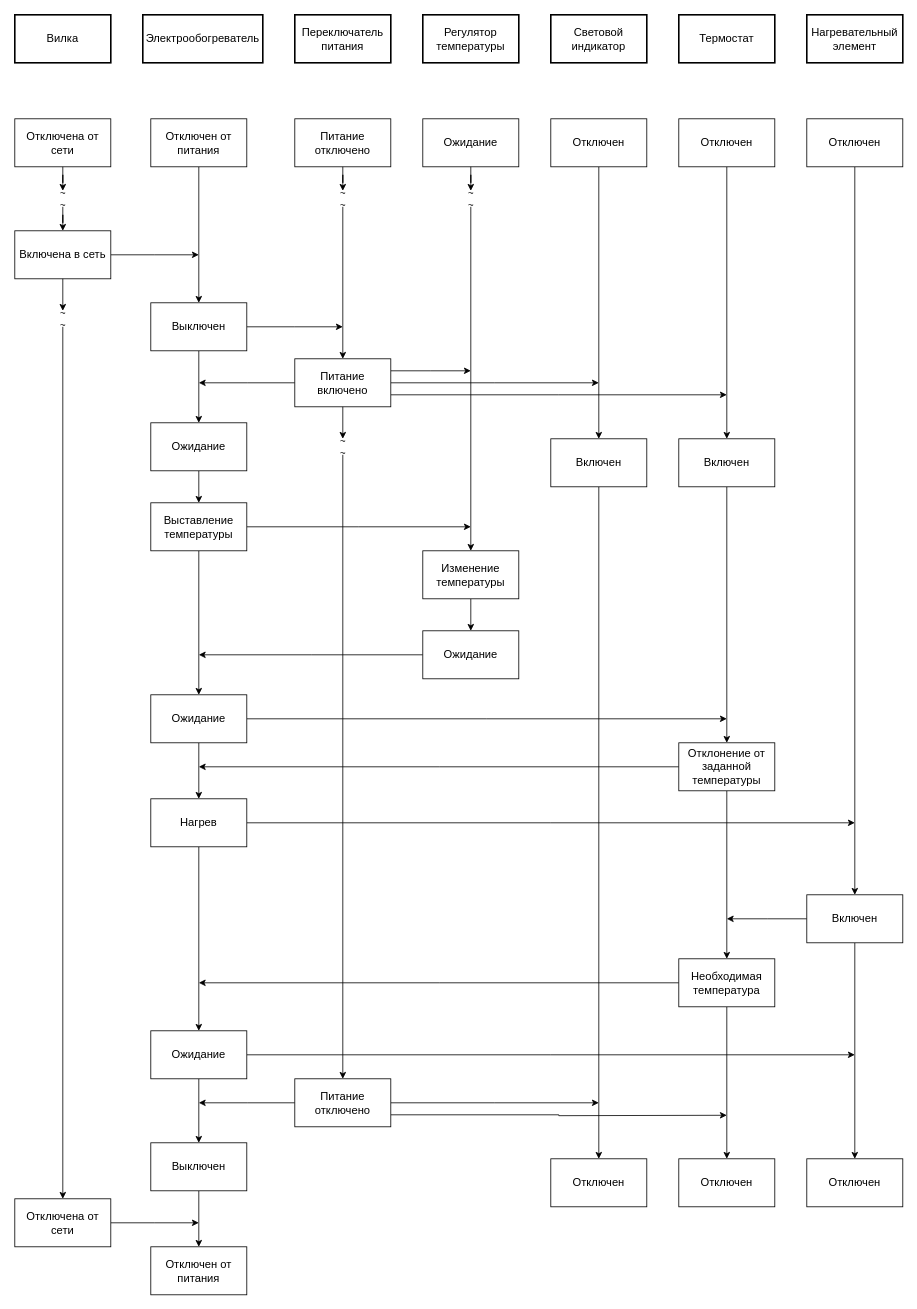
Before: page "КУ" (4 of 4) of lab_05/heater.drawio in n0kkster/iu7-oop-4sem-labs, a draw.io diagram. Source tidied: cells renumbered, new cells numbered last; positions are measured from the earlier drawing's top-left corner, leaving out a move shared by most shapes. Both pictures are drawn from the tidied source at 80%, with x=0, y=0 at pixel (14, 14).
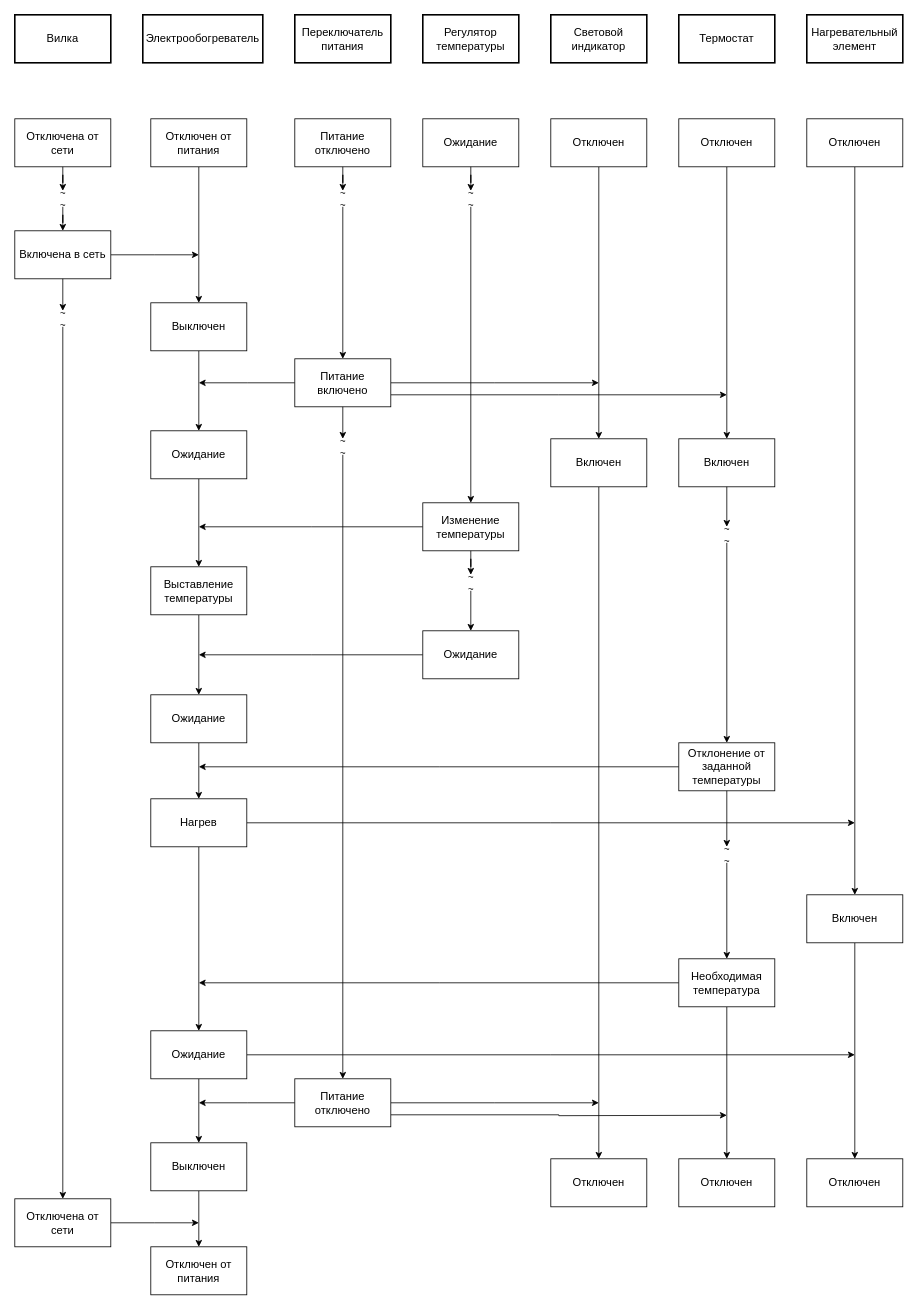
The same page after the edit.

Commit message:
upd: небольшие изменения в КУ

Unchanged cells that the change refers to:
```xml
<mxCell id="20" value="Выключен" style="rounded=0;whiteSpace=wrap;html=1;fontSize=14;" parent="1" vertex="1">
  <mxGeometry x="170" y="360" width="120" height="60" as="geometry" />
</mxCell>
<mxCell id="28" value="Питание включено" style="rounded=0;whiteSpace=wrap;html=1;fontSize=14;strokeWidth=1;" parent="1" vertex="1">
  <mxGeometry x="350" y="430" width="120" height="60" as="geometry" />
</mxCell>
<mxCell id="41" value="Включен" style="rounded=0;whiteSpace=wrap;html=1;fontSize=14;strokeWidth=1;" parent="1" vertex="1">
  <mxGeometry x="990" y="1100" width="120" height="60" as="geometry" />
</mxCell>
<mxCell id="51" value="Включен" style="rounded=0;whiteSpace=wrap;html=1;fontSize=14;strokeWidth=1;" parent="1" vertex="1">
  <mxGeometry x="830" y="530" width="120" height="60" as="geometry" />
</mxCell>
<mxCell id="60" value="Ожидание" style="rounded=0;whiteSpace=wrap;html=1;fontSize=14;" parent="1" vertex="1">
  <mxGeometry x="170" y="850" width="120" height="60" as="geometry" />
</mxCell>
<mxCell id="62" value="Ожидание" style="rounded=0;whiteSpace=wrap;html=1;fontSize=14;strokeWidth=1;" parent="1" vertex="1">
  <mxGeometry x="510" y="770" width="120" height="60" as="geometry" />
</mxCell>
<mxCell id="65" value="Отклонение от заданной температуры" style="rounded=0;whiteSpace=wrap;html=1;fontSize=14;strokeWidth=1;" parent="1" vertex="1">
  <mxGeometry x="830" y="910" width="120" height="60" as="geometry" />
</mxCell>
<mxCell id="68" value="Необходимая температура" style="rounded=0;whiteSpace=wrap;html=1;fontSize=14;strokeWidth=1;" parent="1" vertex="1">
  <mxGeometry x="830" y="1180" width="120" height="60" as="geometry" />
</mxCell>
```

What changed in the source:
```diff
@@
-    <mxCell id="18" style="edgeStyle=orthogonalEdgeStyle;rounded=0;jettySize=auto;html=1;" parent="1" edge="1" source="20">
-      <mxGeometry relative="1" as="geometry">
-        <mxPoint x="410" y="390" as="targetPoint" />
-      </mxGeometry>
-    </mxCell>
@@
-    <mxCell id="25" style="edgeStyle=orthogonalEdgeStyle;rounded=0;jettySize=auto;html=1;exitX=1;exitY=0.25;exitDx=0;exitDy=0;" parent="1" edge="1" source="28">
-      <mxGeometry relative="1" as="geometry">
-        <mxPoint x="570" y="445" as="targetPoint" />
-      </mxGeometry>
-    </mxCell>
@@
     <mxCell id="30" value="Ожидание" style="rounded=0;whiteSpace=wrap;html=1;fontSize=14;" parent="1" vertex="1">
-      <mxGeometry x="170" y="510" width="120" height="60" as="geometry" />
+      <mxGeometry x="170" y="520" width="120" height="60" as="geometry" />
     </mxCell>
@@
-    <mxCell id="39" style="edgeStyle=orthogonalEdgeStyle;rounded=0;jettySize=auto;html=1;" parent="1" edge="1" source="41">
-      <mxGeometry relative="1" as="geometry">
-        <mxPoint x="890" y="1130" as="targetPoint" />
-      </mxGeometry>
-    </mxCell>
@@
-    <mxCell id="43" style="edgeStyle=orthogonalEdgeStyle;rounded=0;jettySize=auto;html=1;" parent="1" edge="1" source="44">
-      <mxGeometry relative="1" as="geometry">
-        <mxPoint x="570" y="640" as="targetPoint" />
-      </mxGeometry>
-    </mxCell>
     <mxCell id="44" value="Выставление температуры" style="rounded=0;whiteSpace=wrap;html=1;fontSize=14;" parent="1" vertex="1">
-      <mxGeometry x="170" y="610" width="120" height="60" as="geometry" />
+      <mxGeometry x="170" y="690" width="120" height="60" as="geometry" />
     </mxCell>
@@
-    <mxCell id="50" style="edgeStyle=orthogonalEdgeStyle;rounded=0;jettySize=auto;html=1;entryX=0.5;entryY=0;entryDx=0;entryDy=0;" parent="1" edge="1" source="51" target="65">
+    <mxCell id="50" style="edgeStyle=orthogonalEdgeStyle;rounded=0;jettySize=auto;html=1;entryX=0.5;entryY=0;entryDx=0;entryDy=0;" parent="1" edge="1" source="90" target="65">
       <mxGeometry relative="1" as="geometry" />
     </mxCell>
@@
-    <mxCell id="54" style="edgeStyle=orthogonalEdgeStyle;rounded=0;jettySize=auto;html=1;entryX=0.5;entryY=0;entryDx=0;entryDy=0;" parent="1" edge="1" source="55" target="62">
+    <mxCell id="54" style="edgeStyle=orthogonalEdgeStyle;rounded=0;jettySize=auto;html=1;entryX=0.5;entryY=0;entryDx=0;entryDy=0;" parent="1" edge="1" source="94" target="62">
       <mxGeometry relative="1" as="geometry" />
     </mxCell>
+    <mxCell id="88" style="edgeStyle=orthogonalEdgeStyle;shape=connector;rounded=0;jettySize=auto;html=1;strokeColor=default;align=center;verticalAlign=middle;fontFamily=Helvetica;fontSize=11;fontColor=default;labelBackgroundColor=default;endArrow=classic;" parent="1" edge="1" source="55">
+      <mxGeometry relative="1" as="geometry">
+        <mxPoint x="230" y="640" as="targetPoint" />
+      </mxGeometry>
+    </mxCell>
     <mxCell id="55" value="Изменение температуры" style="rounded=0;whiteSpace=wrap;html=1;fontSize=14;strokeWidth=1;" parent="1" vertex="1">
-      <mxGeometry x="510" y="670" width="120" height="60" as="geometry" />
+      <mxGeometry x="510" y="610" width="120" height="60" as="geometry" />
     </mxCell>
@@
-    <mxCell id="59" style="edgeStyle=orthogonalEdgeStyle;rounded=0;jettySize=auto;html=1;" parent="1" edge="1" source="60">
-      <mxGeometry relative="1" as="geometry">
-        <mxPoint x="890" y="880" as="targetPoint" />
-      </mxGeometry>
-    </mxCell>
@@
-    <mxCell id="64" style="edgeStyle=orthogonalEdgeStyle;rounded=0;jettySize=auto;html=1;entryX=0.5;entryY=0;entryDx=0;entryDy=0;" parent="1" edge="1" source="65" target="68">
+    <mxCell id="64" style="edgeStyle=orthogonalEdgeStyle;rounded=0;jettySize=auto;html=1;entryX=0.5;entryY=0;entryDx=0;entryDy=0;" parent="1" edge="1" source="92" target="68">
       <mxGeometry relative="1" as="geometry" />
     </mxCell>
@@
+    <mxCell id="89" style="edgeStyle=orthogonalEdgeStyle;rounded=0;jettySize=auto;html=1;entryX=0.5;entryY=0;entryDx=0;entryDy=0;" parent="1" edge="1" source="51" target="90">
+      <mxGeometry relative="1" as="geometry" />
+    </mxCell>
+    <mxCell id="90" value="~&lt;div&gt;~&lt;/div&gt;" style="text;html=1;align=center;verticalAlign=middle;points=[[0.5,0,0,0,0]];strokeColor=none;fillColor=none;spacingTop=-9;spacing=0;spacingBottom=-9;spacingLeft=-8;spacingRight=-7;horizontal=1;labelPosition=center;verticalLabelPosition=middle;" parent="1" vertex="1">
+      <mxGeometry x="885" y="640" width="10" height="20" as="geometry" />
+    </mxCell>
+    <mxCell id="91" style="edgeStyle=orthogonalEdgeStyle;rounded=0;jettySize=auto;html=1;entryX=0.5;entryY=0;entryDx=0;entryDy=0;" parent="1" edge="1" source="65" target="92">
+      <mxGeometry relative="1" as="geometry" />
+    </mxCell>
+    <mxCell id="92" value="~&lt;div&gt;~&lt;/div&gt;" style="text;html=1;align=center;verticalAlign=middle;points=[[0.5,0,0,0,0]];strokeColor=none;fillColor=none;spacingTop=-9;spacing=0;spacingBottom=-9;spacingLeft=-8;spacingRight=-7;horizontal=1;labelPosition=center;verticalLabelPosition=middle;" parent="1" vertex="1">
+      <mxGeometry x="885" y="1040" width="10" height="20" as="geometry" />
+    </mxCell>
+    <mxCell id="93" style="edgeStyle=orthogonalEdgeStyle;rounded=0;jettySize=auto;html=1;entryX=0.5;entryY=0;entryDx=0;entryDy=0;" parent="1" edge="1" source="55" target="94">
+      <mxGeometry relative="1" as="geometry" />
+    </mxCell>
+    <mxCell id="94" value="~&lt;div&gt;~&lt;/div&gt;" style="text;html=1;align=center;verticalAlign=middle;points=[[0.5,0,0,0,0]];strokeColor=none;fillColor=none;spacingTop=-9;spacing=0;spacingBottom=-9;spacingLeft=-8;spacingRight=-7;horizontal=1;labelPosition=center;verticalLabelPosition=middle;" parent="1" vertex="1">
+      <mxGeometry x="565" y="700" width="10" height="20" as="geometry" />
+    </mxCell>
```
